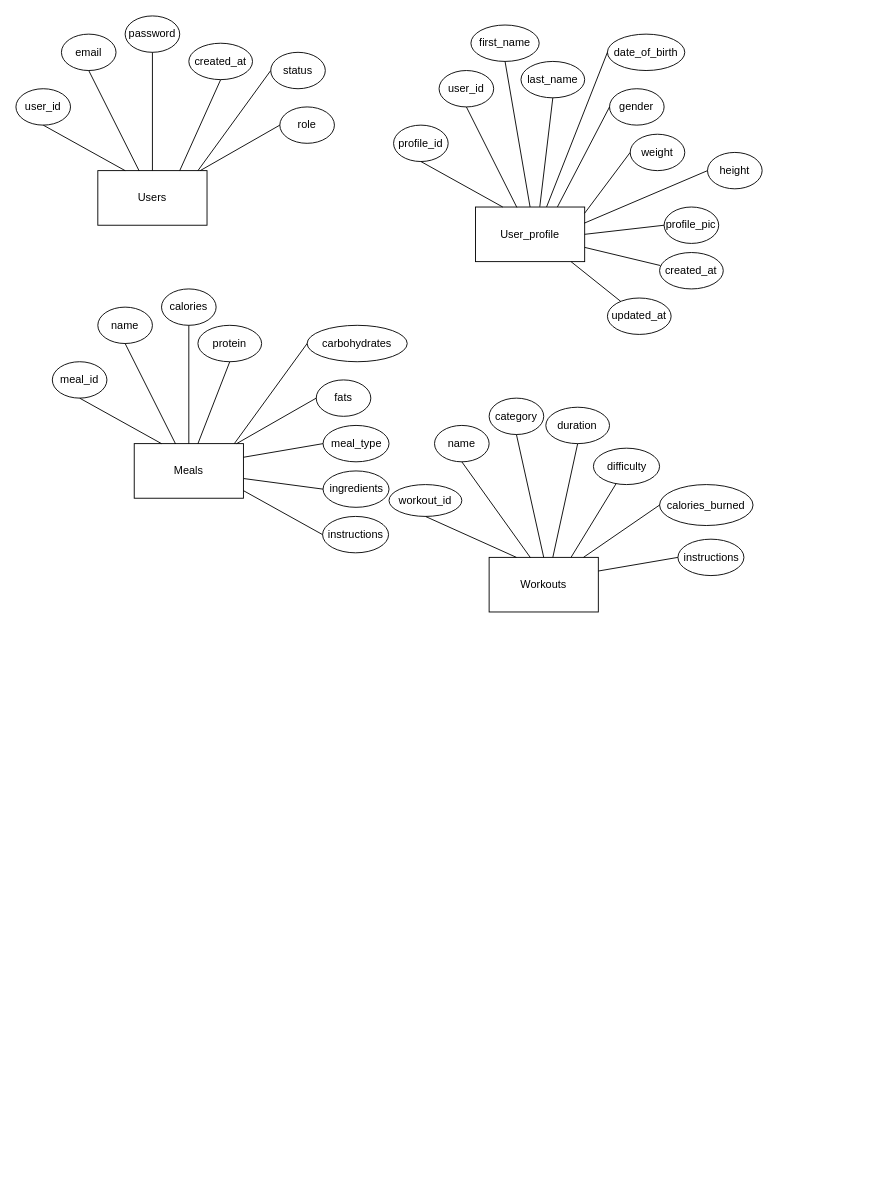
This is Flows/ERD/erd.drawio from alinazir105/Sehat-Manzil, a draw.io file, before an edit. Source tidied: cells renumbered, new cells numbered last; positions are measured from the earlier drawing's top-left corner, leaving out a move shared by most shapes. Both pictures are drawn from the tidied source at 91%, with x=0, y=0 at pixel (15, 15).
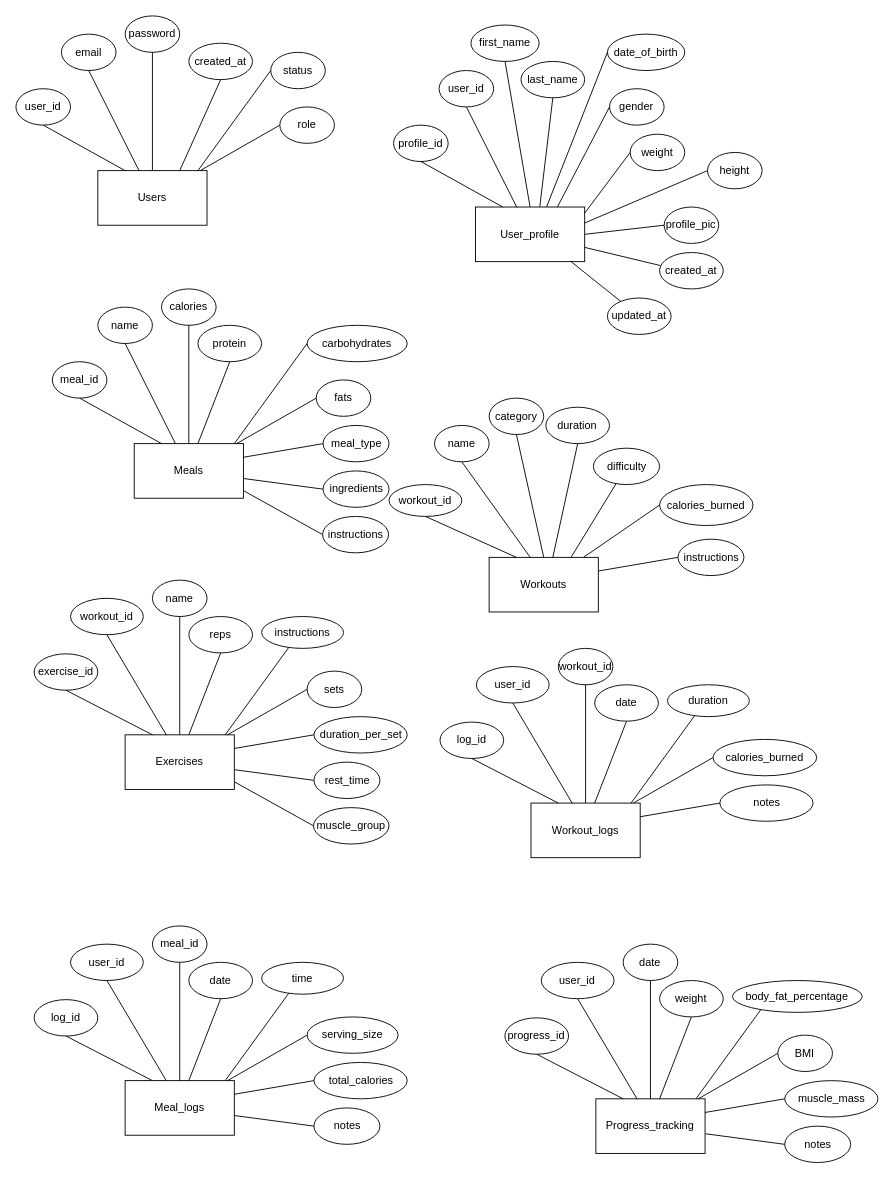
The same diagram, later.

Diff of the diagram source:
```diff
@@
+    <mxCell id="72" value="Exercises" style="rounded=0;whiteSpace=wrap;html=1;" parent="1" vertex="1">
+      <mxGeometry x="120" y="790" width="120" height="60" as="geometry" />
+    </mxCell>
+    <mxCell id="73" value="exercise_id" style="ellipse;whiteSpace=wrap;html=1;" parent="1" vertex="1">
+      <mxGeometry x="20" y="701" width="70" height="40" as="geometry" />
+    </mxCell>
+    <mxCell id="74" style="endArrow=none;html=1;entryX=0.25;entryY=0;entryDx=0;entryDy=0;exitX=0.5;exitY=1;exitDx=0;exitDy=0;" parent="1" edge="1" source="73" target="72">
+      <mxGeometry relative="1" as="geometry" />
+    </mxCell>
+    <mxCell id="75" value="workout_id" style="ellipse;whiteSpace=wrap;html=1;" parent="1" vertex="1">
+      <mxGeometry x="60" y="640" width="80" height="40" as="geometry" />
+    </mxCell>
+    <mxCell id="76" style="endArrow=none;html=1;entryX=0.379;entryY=0.007;entryDx=0;entryDy=0;exitX=0.5;exitY=1;exitDx=0;exitDy=0;entryPerimeter=0;" parent="1" edge="1" source="75" target="72">
+      <mxGeometry relative="1" as="geometry" />
+    </mxCell>
+    <mxCell id="77" value="name" style="ellipse;whiteSpace=wrap;html=1;" parent="1" vertex="1">
+      <mxGeometry x="150" y="620" width="60" height="40" as="geometry" />
+    </mxCell>
+    <mxCell id="78" style="endArrow=none;html=1;exitX=0.5;exitY=0;exitDx=0;exitDy=0;entryX=0.5;entryY=1;entryDx=0;entryDy=0;" parent="1" edge="1" source="72" target="77">
+      <mxGeometry relative="1" as="geometry" />
+    </mxCell>
+    <mxCell id="79" value="reps" style="ellipse;whiteSpace=wrap;html=1;" parent="1" vertex="1">
+      <mxGeometry x="190" y="660" width="70" height="40" as="geometry" />
+    </mxCell>
+    <mxCell id="80" style="endArrow=none;html=1;entryX=0.5;entryY=1;entryDx=0;entryDy=0;" parent="1" edge="1" target="79">
+      <mxGeometry relative="1" as="geometry">
+        <mxPoint x="190" y="790" as="sourcePoint" />
+      </mxGeometry>
+    </mxCell>
+    <mxCell id="81" style="endArrow=none;html=1;entryX=0;entryY=0.5;entryDx=0;entryDy=0;" parent="1" edge="1">
+      <mxGeometry relative="1" as="geometry">
+        <mxPoint x="230" y="790" as="sourcePoint" />
+        <mxPoint x="310" y="680" as="targetPoint" />
+      </mxGeometry>
+    </mxCell>
+    <mxCell id="82" value="sets" style="ellipse;whiteSpace=wrap;html=1;" parent="1" vertex="1">
+      <mxGeometry x="320" y="720" width="60" height="40" as="geometry" />
+    </mxCell>
+    <mxCell id="83" style="endArrow=none;html=1;entryX=0;entryY=0.5;entryDx=0;entryDy=0;" parent="1" edge="1" source="72" target="82">
+      <mxGeometry relative="1" as="geometry" />
+    </mxCell>
+    <mxCell id="84" value="duration_per_set" style="ellipse;whiteSpace=wrap;html=1;" parent="1" vertex="1">
+      <mxGeometry x="327.5" y="770" width="102.5" height="40" as="geometry" />
+    </mxCell>
+    <mxCell id="85" style="endArrow=none;html=1;entryX=0;entryY=0.5;entryDx=0;entryDy=0;exitX=1;exitY=0.25;exitDx=0;exitDy=0;" parent="1" edge="1" source="72" target="84">
+      <mxGeometry relative="1" as="geometry" />
+    </mxCell>
+    <mxCell id="86" value="rest_time" style="ellipse;whiteSpace=wrap;html=1;" parent="1" vertex="1">
+      <mxGeometry x="327.5" y="820" width="72.5" height="40" as="geometry" />
+    </mxCell>
+    <mxCell id="87" style="endArrow=none;html=1;entryX=0;entryY=0.5;entryDx=0;entryDy=0;exitX=1.004;exitY=0.64;exitDx=0;exitDy=0;exitPerimeter=0;" parent="1" edge="1" source="72" target="86">
+      <mxGeometry relative="1" as="geometry" />
+    </mxCell>
+    <mxCell id="88" value="muscle_group" style="ellipse;whiteSpace=wrap;html=1;" parent="1" vertex="1">
+      <mxGeometry x="327" y="870" width="83" height="40" as="geometry" />
+    </mxCell>
+    <mxCell id="89" style="endArrow=none;html=1;entryX=0;entryY=0.5;entryDx=0;entryDy=0;exitX=1.001;exitY=0.862;exitDx=0;exitDy=0;exitPerimeter=0;" parent="1" edge="1" source="72" target="88">
+      <mxGeometry relative="1" as="geometry" />
+    </mxCell>
+    <mxCell id="90" value="instructions" style="ellipse;whiteSpace=wrap;html=1;" parent="1" vertex="1">
+      <mxGeometry x="270" y="660" width="90" height="35" as="geometry" />
+    </mxCell>
+    <mxCell id="91" value="Workout_logs" style="rounded=0;whiteSpace=wrap;html=1;" parent="1" vertex="1">
+      <mxGeometry x="566" y="865" width="120" height="60" as="geometry" />
+    </mxCell>
+    <mxCell id="92" value="log_id" style="ellipse;whiteSpace=wrap;html=1;" parent="1" vertex="1">
+      <mxGeometry x="466" y="776" width="70" height="40" as="geometry" />
+    </mxCell>
+    <mxCell id="93" style="endArrow=none;html=1;entryX=0.25;entryY=0;entryDx=0;entryDy=0;exitX=0.5;exitY=1;exitDx=0;exitDy=0;" parent="1" edge="1" source="92" target="91">
+      <mxGeometry relative="1" as="geometry" />
+    </mxCell>
+    <mxCell id="94" value="user_id" style="ellipse;whiteSpace=wrap;html=1;" parent="1" vertex="1">
+      <mxGeometry x="506" y="715" width="80" height="40" as="geometry" />
+    </mxCell>
+    <mxCell id="95" style="endArrow=none;html=1;entryX=0.379;entryY=0.007;entryDx=0;entryDy=0;exitX=0.5;exitY=1;exitDx=0;exitDy=0;entryPerimeter=0;" parent="1" edge="1" source="94" target="91">
+      <mxGeometry relative="1" as="geometry" />
+    </mxCell>
+    <mxCell id="96" value="workout_id" style="ellipse;whiteSpace=wrap;html=1;" parent="1" vertex="1">
+      <mxGeometry x="596" y="695" width="60" height="40" as="geometry" />
+    </mxCell>
+    <mxCell id="97" style="endArrow=none;html=1;exitX=0.5;exitY=0;exitDx=0;exitDy=0;entryX=0.5;entryY=1;entryDx=0;entryDy=0;" parent="1" edge="1" source="91" target="96">
+      <mxGeometry relative="1" as="geometry" />
+    </mxCell>
+    <mxCell id="98" value="date" style="ellipse;whiteSpace=wrap;html=1;" parent="1" vertex="1">
+      <mxGeometry x="636" y="735" width="70" height="40" as="geometry" />
+    </mxCell>
+    <mxCell id="99" style="endArrow=none;html=1;entryX=0.5;entryY=1;entryDx=0;entryDy=0;" parent="1" edge="1" target="98">
+      <mxGeometry relative="1" as="geometry">
+        <mxPoint x="636" y="865" as="sourcePoint" />
+      </mxGeometry>
+    </mxCell>
+    <mxCell id="100" style="endArrow=none;html=1;entryX=0;entryY=0.5;entryDx=0;entryDy=0;" parent="1" edge="1">
+      <mxGeometry relative="1" as="geometry">
+        <mxPoint x="676" y="865" as="sourcePoint" />
+        <mxPoint x="756" y="755" as="targetPoint" />
+      </mxGeometry>
+    </mxCell>
+    <mxCell id="101" value="calories_burned" style="ellipse;whiteSpace=wrap;html=1;" parent="1" vertex="1">
+      <mxGeometry x="766" y="795" width="114" height="40" as="geometry" />
+    </mxCell>
+    <mxCell id="102" style="endArrow=none;html=1;entryX=0;entryY=0.5;entryDx=0;entryDy=0;" parent="1" edge="1" source="91" target="101">
+      <mxGeometry relative="1" as="geometry" />
+    </mxCell>
+    <mxCell id="103" value="notes" style="ellipse;whiteSpace=wrap;html=1;" parent="1" vertex="1">
+      <mxGeometry x="773.5" y="845" width="102.5" height="40" as="geometry" />
+    </mxCell>
+    <mxCell id="104" style="endArrow=none;html=1;entryX=0;entryY=0.5;entryDx=0;entryDy=0;exitX=1;exitY=0.25;exitDx=0;exitDy=0;" parent="1" edge="1" source="91" target="103">
+      <mxGeometry relative="1" as="geometry" />
+    </mxCell>
+    <mxCell id="105" value="duration" style="ellipse;whiteSpace=wrap;html=1;" parent="1" vertex="1">
+      <mxGeometry x="716" y="735" width="90" height="35" as="geometry" />
+    </mxCell>
+    <mxCell id="106" value="Meal_logs" style="rounded=0;whiteSpace=wrap;html=1;" parent="1" vertex="1">
+      <mxGeometry x="120" y="1170" width="120" height="60" as="geometry" />
+    </mxCell>
+    <mxCell id="107" value="log_id" style="ellipse;whiteSpace=wrap;html=1;" parent="1" vertex="1">
+      <mxGeometry x="20" y="1081" width="70" height="40" as="geometry" />
+    </mxCell>
+    <mxCell id="108" style="endArrow=none;html=1;entryX=0.25;entryY=0;entryDx=0;entryDy=0;exitX=0.5;exitY=1;exitDx=0;exitDy=0;" parent="1" edge="1" source="107" target="106">
+      <mxGeometry relative="1" as="geometry" />
+    </mxCell>
+    <mxCell id="109" value="user_id" style="ellipse;whiteSpace=wrap;html=1;" parent="1" vertex="1">
+      <mxGeometry x="60" y="1020" width="80" height="40" as="geometry" />
+    </mxCell>
+    <mxCell id="110" style="endArrow=none;html=1;entryX=0.379;entryY=0.007;entryDx=0;entryDy=0;exitX=0.5;exitY=1;exitDx=0;exitDy=0;entryPerimeter=0;" parent="1" edge="1" source="109" target="106">
+      <mxGeometry relative="1" as="geometry" />
+    </mxCell>
+    <mxCell id="111" value="meal_id" style="ellipse;whiteSpace=wrap;html=1;" parent="1" vertex="1">
+      <mxGeometry x="150" y="1000" width="60" height="40" as="geometry" />
+    </mxCell>
+    <mxCell id="112" style="endArrow=none;html=1;exitX=0.5;exitY=0;exitDx=0;exitDy=0;entryX=0.5;entryY=1;entryDx=0;entryDy=0;" parent="1" edge="1" source="106" target="111">
+      <mxGeometry relative="1" as="geometry" />
+    </mxCell>
+    <mxCell id="113" value="date" style="ellipse;whiteSpace=wrap;html=1;" parent="1" vertex="1">
+      <mxGeometry x="190" y="1040" width="70" height="40" as="geometry" />
+    </mxCell>
+    <mxCell id="114" style="endArrow=none;html=1;entryX=0.5;entryY=1;entryDx=0;entryDy=0;" parent="1" edge="1" target="113">
+      <mxGeometry relative="1" as="geometry">
+        <mxPoint x="190" y="1170" as="sourcePoint" />
+      </mxGeometry>
+    </mxCell>
+    <mxCell id="115" style="endArrow=none;html=1;entryX=0;entryY=0.5;entryDx=0;entryDy=0;" parent="1" edge="1">
+      <mxGeometry relative="1" as="geometry">
+        <mxPoint x="230" y="1170" as="sourcePoint" />
+        <mxPoint x="310" y="1060" as="targetPoint" />
+      </mxGeometry>
+    </mxCell>
+    <mxCell id="116" value="serving_size" style="ellipse;whiteSpace=wrap;html=1;" parent="1" vertex="1">
+      <mxGeometry x="320" y="1100" width="100" height="40" as="geometry" />
+    </mxCell>
+    <mxCell id="117" style="endArrow=none;html=1;entryX=0;entryY=0.5;entryDx=0;entryDy=0;" parent="1" edge="1" source="106" target="116">
+      <mxGeometry relative="1" as="geometry" />
+    </mxCell>
+    <mxCell id="118" value="total_calories" style="ellipse;whiteSpace=wrap;html=1;" parent="1" vertex="1">
+      <mxGeometry x="327.5" y="1150" width="102.5" height="40" as="geometry" />
+    </mxCell>
+    <mxCell id="119" style="endArrow=none;html=1;entryX=0;entryY=0.5;entryDx=0;entryDy=0;exitX=1;exitY=0.25;exitDx=0;exitDy=0;" parent="1" edge="1" source="106" target="118">
+      <mxGeometry relative="1" as="geometry" />
+    </mxCell>
+    <mxCell id="120" value="notes" style="ellipse;whiteSpace=wrap;html=1;" parent="1" vertex="1">
+      <mxGeometry x="327.5" y="1200" width="72.5" height="40" as="geometry" />
+    </mxCell>
+    <mxCell id="121" style="endArrow=none;html=1;entryX=0;entryY=0.5;entryDx=0;entryDy=0;exitX=1.004;exitY=0.64;exitDx=0;exitDy=0;exitPerimeter=0;" parent="1" edge="1" source="106" target="120">
+      <mxGeometry relative="1" as="geometry" />
+    </mxCell>
+    <mxCell id="122" value="time" style="ellipse;whiteSpace=wrap;html=1;" parent="1" vertex="1">
+      <mxGeometry x="270" y="1040" width="90" height="35" as="geometry" />
+    </mxCell>
+    <mxCell id="123" value="Progress_tracking" style="rounded=0;whiteSpace=wrap;html=1;" parent="1" vertex="1">
+      <mxGeometry x="637.3" y="1190" width="120" height="60" as="geometry" />
+    </mxCell>
+    <mxCell id="124" value="progress_id" style="ellipse;whiteSpace=wrap;html=1;" parent="1" vertex="1">
+      <mxGeometry x="537.3" y="1101" width="70" height="40" as="geometry" />
+    </mxCell>
+    <mxCell id="125" style="endArrow=none;html=1;entryX=0.25;entryY=0;entryDx=0;entryDy=0;exitX=0.5;exitY=1;exitDx=0;exitDy=0;" parent="1" edge="1" source="124" target="123">
+      <mxGeometry relative="1" as="geometry" />
+    </mxCell>
+    <mxCell id="126" value="user_id" style="ellipse;whiteSpace=wrap;html=1;" parent="1" vertex="1">
+      <mxGeometry x="577.3" y="1040" width="80" height="40" as="geometry" />
+    </mxCell>
+    <mxCell id="127" style="endArrow=none;html=1;entryX=0.379;entryY=0.007;entryDx=0;entryDy=0;exitX=0.5;exitY=1;exitDx=0;exitDy=0;entryPerimeter=0;" parent="1" edge="1" source="126" target="123">
+      <mxGeometry relative="1" as="geometry" />
+    </mxCell>
+    <mxCell id="128" value="date" style="ellipse;whiteSpace=wrap;html=1;" parent="1" vertex="1">
+      <mxGeometry x="667.3" y="1020" width="60" height="40" as="geometry" />
+    </mxCell>
+    <mxCell id="129" style="endArrow=none;html=1;exitX=0.5;exitY=0;exitDx=0;exitDy=0;entryX=0.5;entryY=1;entryDx=0;entryDy=0;" parent="1" edge="1" source="123" target="128">
+      <mxGeometry relative="1" as="geometry" />
+    </mxCell>
+    <mxCell id="130" value="weight" style="ellipse;whiteSpace=wrap;html=1;" parent="1" vertex="1">
+      <mxGeometry x="707.3" y="1060" width="70" height="40" as="geometry" />
+    </mxCell>
+    <mxCell id="131" style="endArrow=none;html=1;entryX=0.5;entryY=1;entryDx=0;entryDy=0;" parent="1" edge="1" target="130">
+      <mxGeometry relative="1" as="geometry">
+        <mxPoint x="707.3" y="1190" as="sourcePoint" />
+      </mxGeometry>
+    </mxCell>
+    <mxCell id="132" style="endArrow=none;html=1;entryX=0;entryY=0.5;entryDx=0;entryDy=0;" parent="1" edge="1">
+      <mxGeometry relative="1" as="geometry">
+        <mxPoint x="747.3" y="1190" as="sourcePoint" />
+        <mxPoint x="827.3" y="1080" as="targetPoint" />
+      </mxGeometry>
+    </mxCell>
+    <mxCell id="133" value="BMI" style="ellipse;whiteSpace=wrap;html=1;" parent="1" vertex="1">
+      <mxGeometry x="837.3" y="1120" width="60" height="40" as="geometry" />
+    </mxCell>
+    <mxCell id="134" style="endArrow=none;html=1;entryX=0;entryY=0.5;entryDx=0;entryDy=0;" parent="1" edge="1" source="123" target="133">
+      <mxGeometry relative="1" as="geometry" />
+    </mxCell>
+    <mxCell id="135" value="muscle_mass" style="ellipse;whiteSpace=wrap;html=1;" parent="1" vertex="1">
+      <mxGeometry x="844.8" y="1170" width="102.5" height="40" as="geometry" />
+    </mxCell>
+    <mxCell id="136" style="endArrow=none;html=1;entryX=0;entryY=0.5;entryDx=0;entryDy=0;exitX=1;exitY=0.25;exitDx=0;exitDy=0;" parent="1" edge="1" source="123" target="135">
+      <mxGeometry relative="1" as="geometry" />
+    </mxCell>
+    <mxCell id="137" value="notes" style="ellipse;whiteSpace=wrap;html=1;" parent="1" vertex="1">
+      <mxGeometry x="844.8" y="1220" width="72.5" height="40" as="geometry" />
+    </mxCell>
+    <mxCell id="138" style="endArrow=none;html=1;entryX=0;entryY=0.5;entryDx=0;entryDy=0;exitX=1.004;exitY=0.64;exitDx=0;exitDy=0;exitPerimeter=0;" parent="1" edge="1" source="123" target="137">
+      <mxGeometry relative="1" as="geometry" />
+    </mxCell>
+    <mxCell id="139" value="body_fat_percentage" style="ellipse;whiteSpace=wrap;html=1;" parent="1" vertex="1">
+      <mxGeometry x="787.3" y="1060" width="142.7" height="35" as="geometry" />
+    </mxCell>
```
